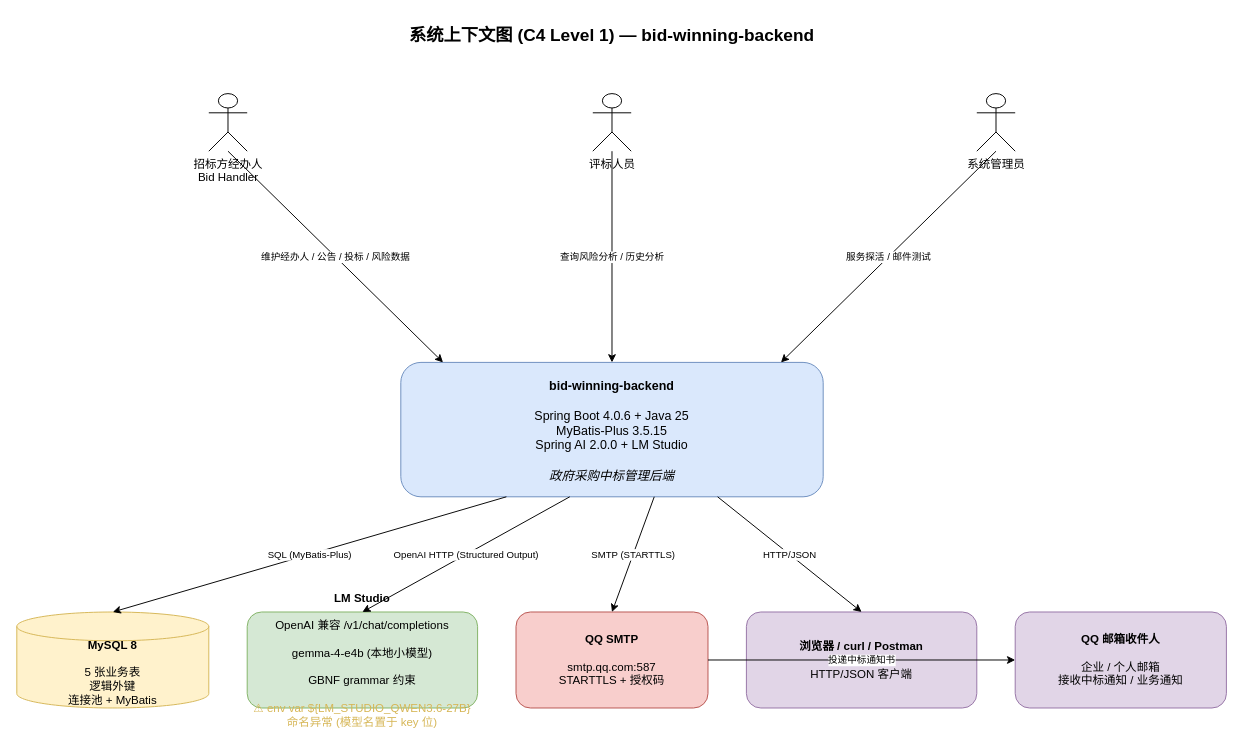
Before: page "1-System Context (C4 L1)" (1 of 6) of docs/architecture-diagram.drawio in Jianshi-Lu/smart-bid-platform-be, a draw.io diagram. Source tidied: cells renumbered, new cells numbered last; positions are measured from the earlier drawing's top-left corner, leaving out a move shared by most shapes. Both pictures are drawn from the tidied source at 96%, with x=0, y=0 at pixel (16, 16).
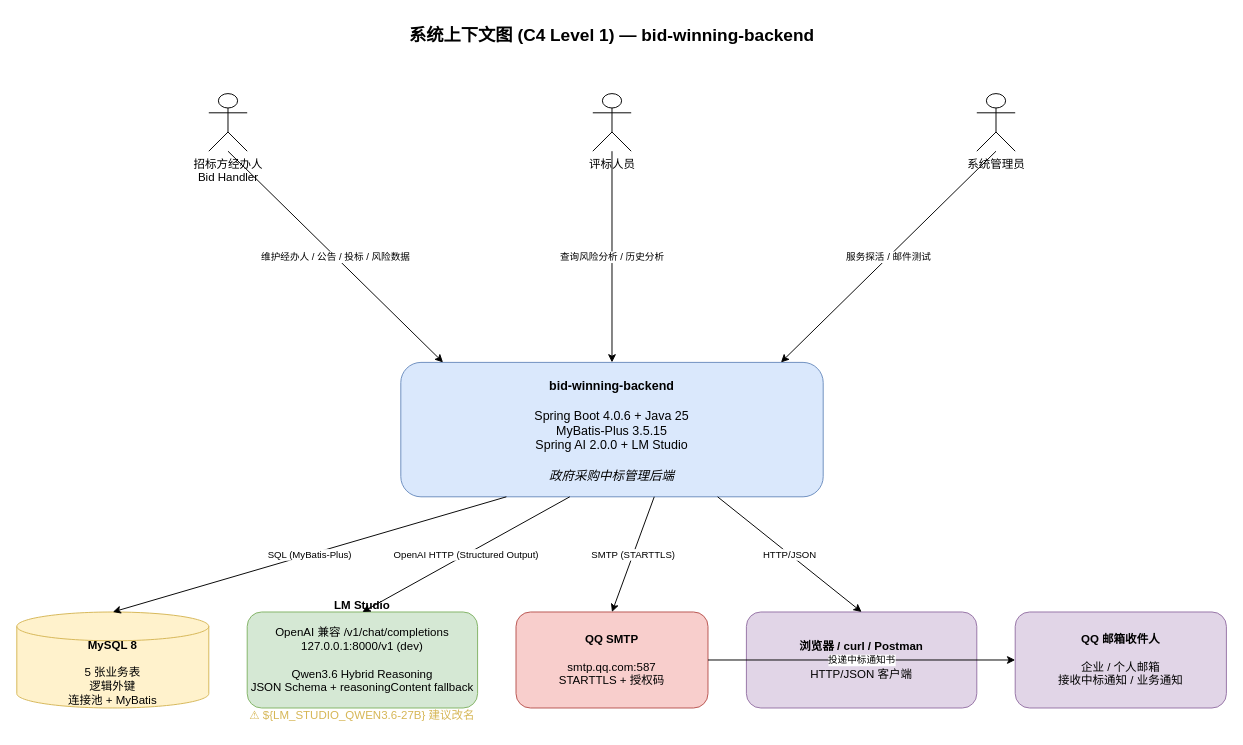
After the change.

What changed in the source:
```diff
@@
 <mxGraphModel>
   <root>
     <mxCell id="0" />
     <mxCell id="1" parent="0" />
     <mxCell id="2" value="系统上下文图 (C4 Level 1) — bid-winning-backend" style="text;html=1;strokeColor=none;fillColor=none;align=center;verticalAlign=middle;whiteSpace=wrap;rounded=0;fontSize=18;fontStyle=1;" parent="1" vertex="1">
       <mxGeometry x="270" width="700" height="40" as="geometry" />
     </mxCell>
     <mxCell id="3" value="招标方经办人&#10;Bid Handler" style="shape=umlActor;verticalLabelPosition=bottom;verticalAlign=top;html=1;outlineConnect=0;labelPosition=center;fontSize=12;" parent="1" vertex="1">
       <mxGeometry x="200" y="80" width="40" height="60" as="geometry" />
     </mxCell>
     <mxCell id="4" value="评标人员" style="shape=umlActor;verticalLabelPosition=bottom;verticalAlign=top;html=1;outlineConnect=0;labelPosition=center;fontSize=12;" parent="1" vertex="1">
       <mxGeometry x="600" y="80" width="40" height="60" as="geometry" />
     </mxCell>
     <mxCell id="5" value="系统管理员" style="shape=umlActor;verticalLabelPosition=bottom;verticalAlign=top;html=1;outlineConnect=0;labelPosition=center;fontSize=12;" parent="1" vertex="1">
       <mxGeometry x="1000" y="80" width="40" height="60" as="geometry" />
     </mxCell>
     <mxCell id="6" value="&lt;b&gt;bid-winning-backend&lt;/b&gt;&lt;br&gt;&lt;br&gt;Spring Boot 4.0.6 + Java 25&lt;br&gt;MyBatis-Plus 3.5.15&lt;br&gt;Spring AI 2.0.0 + LM Studio&lt;br&gt;&lt;br&gt;&lt;i&gt;政府采购中标管理后端&lt;/i&gt;" style="rounded=1;whiteSpace=wrap;html=1;fillColor=#dae8fc;strokeColor=#6c8ebf;fontSize=13;verticalAlign=top;spacingTop=10;" parent="1" vertex="1">
       <mxGeometry x="400" y="360" width="440" height="140" as="geometry" />
     </mxCell>
     <mxCell id="7" value="&lt;b&gt;MySQL 8&lt;/b&gt;&lt;br&gt;&lt;br&gt;5 张业务表&lt;br&gt;逻辑外键&lt;br&gt;连接池 + MyBatis" style="shape=cylinder3;whiteSpace=wrap;html=1;boundedLbl=1;backgroundOutline=1;size=15;fillColor=#fff2cc;strokeColor=#d6b656;fontSize=12;" parent="1" vertex="1">
       <mxGeometry y="620" width="200" height="100" as="geometry" />
     </mxCell>
-    <mxCell id="8" value="&lt;b&gt;LM Studio&lt;/b&gt;&lt;br&gt;&lt;br&gt;OpenAI 兼容 /v1/chat/completions&#10;&lt;br&gt;gemma-4-e4b (本地小模型)&#10;&lt;br&gt;GBNF grammar 约束&#10;&lt;br&gt;&lt;font color=&quot;#d6b656&quot;&gt;⚠ env var ${LM_STUDIO_QWEN3.6-27B} 命名异常 (模型名置于 key 位)&lt;/font&gt;" style="rounded=1;whiteSpace=wrap;html=1;fillColor=#d5e8d4;strokeColor=#82b366;fontSize=12;" parent="1" vertex="1">
+    <mxCell id="8" value="&lt;b&gt;LM Studio&lt;/b&gt;&lt;br&gt;&lt;br&gt;OpenAI 兼容 /v1/chat/completions&lt;br&gt;127.0.0.1:8000/v1 (dev)&lt;br&gt;&lt;br&gt;Qwen3.6 Hybrid Reasoning&lt;br&gt;JSON Schema + reasoningContent fallback&lt;br&gt;&lt;br&gt;&lt;font color=&quot;#d6b656&quot;&gt;⚠ ${LM_STUDIO_QWEN3.6-27B} 建议改名&lt;/font&gt;" style="rounded=1;whiteSpace=wrap;html=1;fillColor=#d5e8d4;strokeColor=#82b366;fontSize=12;" parent="1" vertex="1">
       <mxGeometry x="240" y="620" width="240" height="100" as="geometry" />
     </mxCell>
     <mxCell id="9" value="&lt;b&gt;QQ SMTP&lt;/b&gt;&lt;br&gt;&lt;br&gt;smtp.qq.com:587&lt;br&gt;STARTTLS + 授权码" style="rounded=1;whiteSpace=wrap;html=1;fillColor=#f8cecc;strokeColor=#b85450;fontSize=12;" parent="1" vertex="1">
       <mxGeometry x="520" y="620" width="200" height="100" as="geometry" />
     </mxCell>
     <mxCell id="10" value="&lt;b&gt;浏览器 / curl / Postman&lt;/b&gt;&lt;br&gt;&lt;br&gt;HTTP/JSON 客户端" style="rounded=1;whiteSpace=wrap;html=1;fillColor=#e1d5e7;strokeColor=#9673a6;fontSize=12;" parent="1" vertex="1">
       <mxGeometry x="760" y="620" width="240" height="100" as="geometry" />
     </mxCell>
     <mxCell id="11" value="&lt;b&gt;QQ 邮箱收件人&lt;/b&gt;&lt;br&gt;&lt;br&gt;企业 / 个人邮箱&lt;br&gt;接收中标通知 / 业务通知" style="rounded=1;whiteSpace=wrap;html=1;fillColor=#e1d5e7;strokeColor=#9673a6;fontSize=12;" parent="1" vertex="1">
       <mxGeometry x="1040" y="620" width="220" height="100" as="geometry" />
     </mxCell>
     <mxCell id="12" value="维护经办人 / 公告 / 投标 / 风险数据" style="endArrow=classic;html=1;exitX=0.5;exitY=1;exitDx=0;exitDy=0;entryX=0.1;entryY=0;entryDx=0;entryDy=0;fontSize=10;" parent="1" edge="1" source="3" target="6">
       <mxGeometry relative="1" as="geometry" />
     </mxCell>
     <mxCell id="13" value="查询风险分析 / 历史分析" style="endArrow=classic;html=1;exitX=0.5;exitY=1;exitDx=0;exitDy=0;entryX=0.5;entryY=0;entryDx=0;entryDy=0;fontSize=10;" parent="1" edge="1" source="4" target="6">
       <mxGeometry relative="1" as="geometry" />
     </mxCell>
     <mxCell id="14" value="服务探活 / 邮件测试" style="endArrow=classic;html=1;exitX=0.5;exitY=1;exitDx=0;exitDy=0;entryX=0.9;entryY=0;entryDx=0;entryDy=0;fontSize=10;" parent="1" edge="1" source="5" target="6">
       <mxGeometry relative="1" as="geometry" />
     </mxCell>
     <mxCell id="15" value="SQL (MyBatis-Plus)" style="endArrow=classic;html=1;exitX=0.25;exitY=1;exitDx=0;exitDy=0;entryX=0.5;entryY=0;entryDx=0;entryDy=0;fontSize=10;" parent="1" edge="1" source="6" target="7">
       <mxGeometry relative="1" as="geometry" />
     </mxCell>
     <mxCell id="16" value="OpenAI HTTP (Structured Output)" style="endArrow=classic;html=1;exitX=0.4;exitY=1;exitDx=0;exitDy=0;entryX=0.5;entryY=0;entryDx=0;entryDy=0;fontSize=10;" parent="1" edge="1" source="6" target="8">
       <mxGeometry relative="1" as="geometry" />
     </mxCell>
     <mxCell id="17" value="SMTP (STARTTLS)" style="endArrow=classic;html=1;exitX=0.6;exitY=1;exitDx=0;exitDy=0;entryX=0.5;entryY=0;entryDx=0;entryDy=0;fontSize=10;" parent="1" edge="1" source="6" target="9">
       <mxGeometry relative="1" as="geometry" />
     </mxCell>
     <mxCell id="18" value="HTTP/JSON" style="endArrow=classic;html=1;exitX=0.75;exitY=1;exitDx=0;exitDy=0;entryX=0.5;entryY=0;entryDx=0;entryDy=0;fontSize=10;" parent="1" edge="1" source="6" target="10">
       <mxGeometry relative="1" as="geometry" />
     </mxCell>
     <mxCell id="19" value="投递中标通知书" style="endArrow=classic;html=1;exitX=1;exitY=0.5;exitDx=0;exitDy=0;entryX=0;entryY=0.5;entryDx=0;entryDy=0;fontSize=10;" parent="1" edge="1" source="9" target="11">
       <mxGeometry relative="1" as="geometry" />
     </mxCell>
   </root>
 </mxGraphModel>
```
